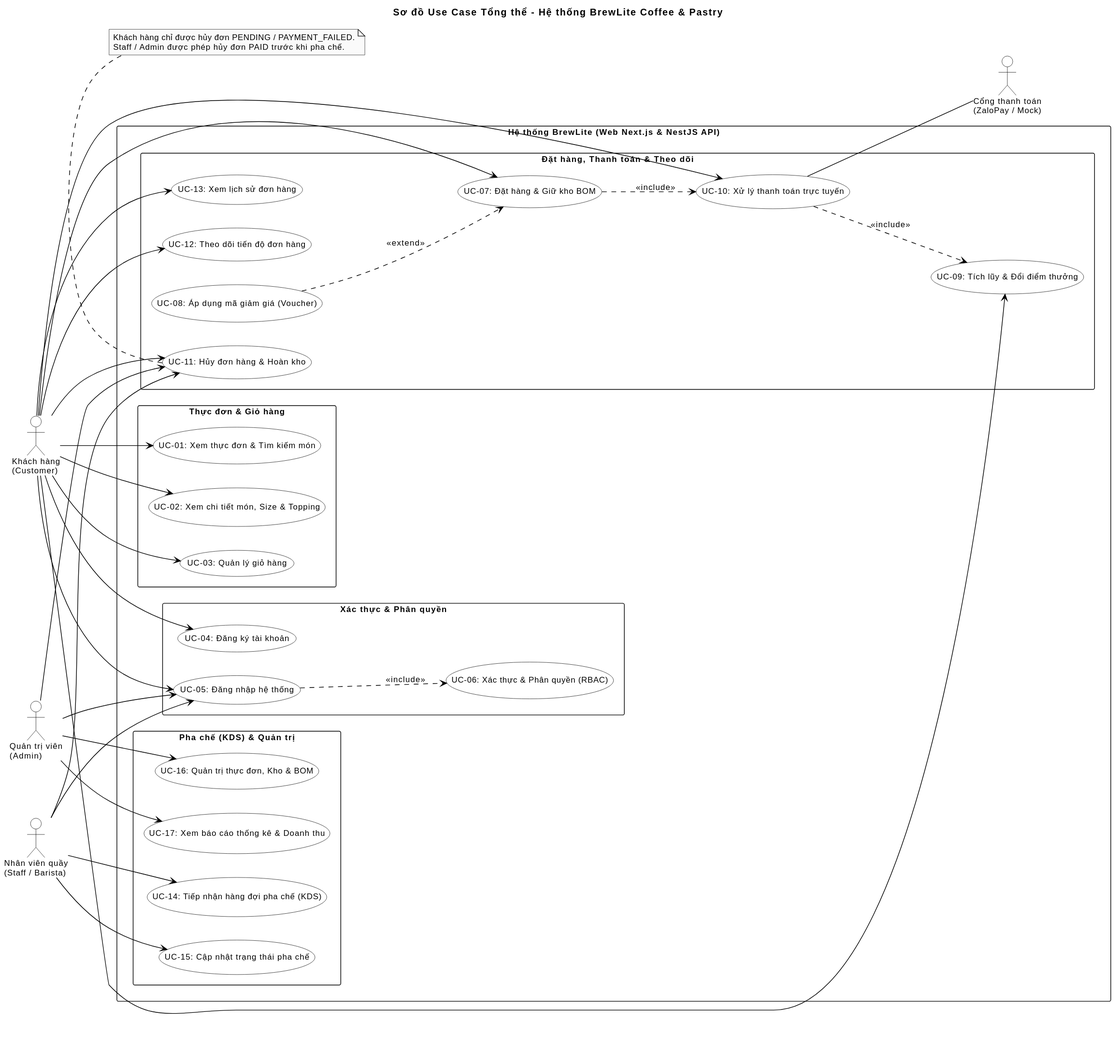
This is docs/diagrams/use-case.svg from MaGiaVy/BrewLite_project, a PlantUML export, as it was before one commit. Source of this version:
```plantuml
@startuml
left to right direction
skinparam monochrome true
skinparam shadowing false
skinparam backgroundColor #FFFFFF
skinparam defaultFontName "Arial"
skinparam defaultFontSize 12
skinparam packageStyle rectangle
skinparam ArrowColor #000000
skinparam actor {
  BackgroundColor #FFFFFF
  BorderColor #000000
  FontColor #000000
}
skinparam usecase {
  BackgroundColor #FFFFFF
  BorderColor #000000
  FontColor #000000
}
skinparam rectangle {
  BackgroundColor #FFFFFF
  BorderColor #000000
  FontColor #000000
}

title Sơ đồ Use Case Tổng thể - Hệ thống BrewLite Coffee & Pastry

actor "Khách hàng\n(Customer)" as Customer
actor "Nhân viên quầy\n(Staff / Barista)" as Staff
actor "Quản trị viên\n(Admin)" as Admin
actor "Cổng thanh toán\n(ZaloPay / Mock)" as Gateway

rectangle "Hệ thống BrewLite (Web Next.js & NestJS API)" {
  package "Thực đơn & Giỏ hàng" {
    usecase "UC-01: Xem thực đơn & Tìm kiếm món" as UC01
    usecase "UC-02: Xem chi tiết món, Size & Topping" as UC02
    usecase "UC-03: Quản lý giỏ hàng" as UC03
  }

  package "Xác thực & Phân quyền" {
    usecase "UC-04: Đăng ký tài khoản" as UC04
    usecase "UC-05: Đăng nhập hệ thống" as UC05
    usecase "UC-06: Xác thực & Phân quyền (RBAC)" as UC06
  }

  package "Đặt hàng, Thanh toán & Theo dõi" {
    usecase "UC-07: Đặt hàng & Giữ kho BOM" as UC07
    usecase "UC-08: Áp dụng mã giảm giá (Voucher)" as UC08
    usecase "UC-09: Tích lũy & Đổi điểm thưởng" as UC09
    usecase "UC-10: Xử lý thanh toán trực tuyến" as UC10
    usecase "UC-11: Hủy đơn hàng & Hoàn kho" as UC11
    usecase "UC-12: Theo dõi tiến độ đơn hàng" as UC12
    usecase "UC-13: Xem lịch sử đơn hàng" as UC13
  }

  package "Pha chế (KDS) & Quản trị" {
    usecase "UC-14: Tiếp nhận hàng đợi pha chế (KDS)" as UC14
    usecase "UC-15: Cập nhật trạng thái pha chế" as UC15
    usecase "UC-16: Quản trị thực đơn, Kho & BOM" as UC16
    usecase "UC-17: Xem báo cáo thống kê & Doanh thu" as UC17
  }
}

Customer --> UC01
Customer --> UC02
Customer --> UC03
Customer --> UC04
Customer --> UC05
Customer --> UC07
Customer --> UC09
Customer --> UC10
Customer --> UC11
Customer --> UC12
Customer --> UC13

Staff --> UC05
Staff --> UC11
Staff --> UC14
Staff --> UC15

Admin --> UC05
Admin --> UC11
Admin --> UC16
Admin --> UC17

UC10 -- Gateway

UC05 ..> UC06 : <<include>>
UC08 ..> UC07 : <<extend>>
UC07 ..> UC10 : <<include>>
UC10 ..> UC09 : <<include>>

note bottom of UC11
  Khách hàng chỉ được hủy đơn PENDING / PAYMENT_FAILED.
  Staff / Admin được phép hủy đơn PAID trước khi pha chế.
end note
@enduml
```
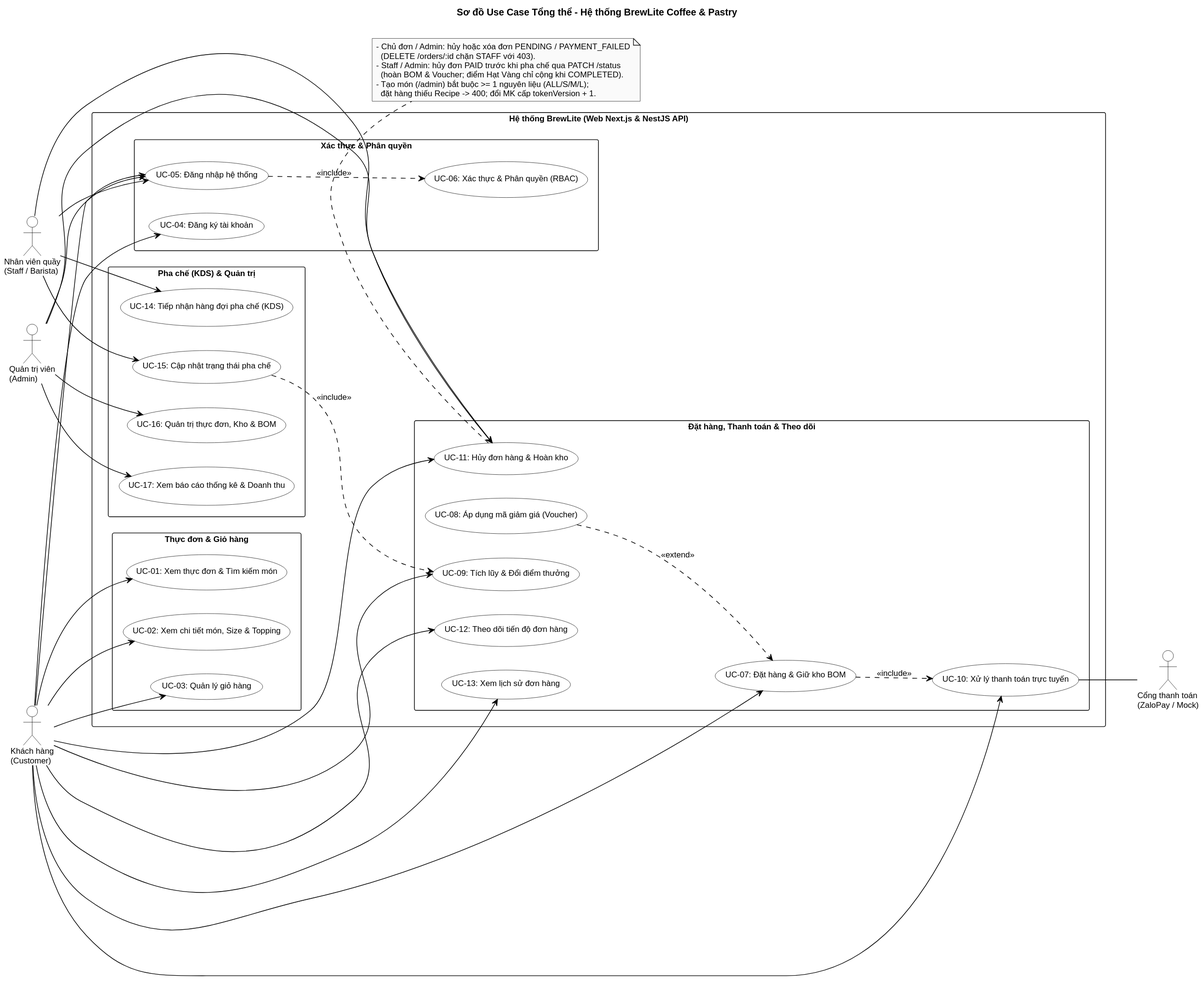
Later version of the same file.

Change to the diagram source:
```diff
@@ -88,10 +88,14 @@
 UC05 ..> UC06 : <<include>>
 UC08 ..> UC07 : <<extend>>
 UC07 ..> UC10 : <<include>>
-UC10 ..> UC09 : <<include>>
+UC15 ..> UC09 : <<include>>
 
 note bottom of UC11
-  Khách hàng chỉ được hủy đơn PENDING / PAYMENT_FAILED.
-  Staff / Admin được phép hủy đơn PAID trước khi pha chế.
+  - Chủ đơn / Admin: hủy hoặc xóa đơn PENDING / PAYMENT_FAILED
+    (DELETE /orders/:id chặn STAFF với 403).
+  - Staff / Admin: hủy đơn PAID trước khi pha chế qua PATCH /status
+    (hoàn BOM & Voucher; điểm Hạt Vàng chỉ cộng khi COMPLETED).
+  - Tạo món (/admin) bắt buộc >= 1 nguyên liệu (ALL/S/M/L);
+    đặt hàng thiếu Recipe -> 400; đổi MK cấp tokenVersion + 1.
 end note
 @enduml
```
